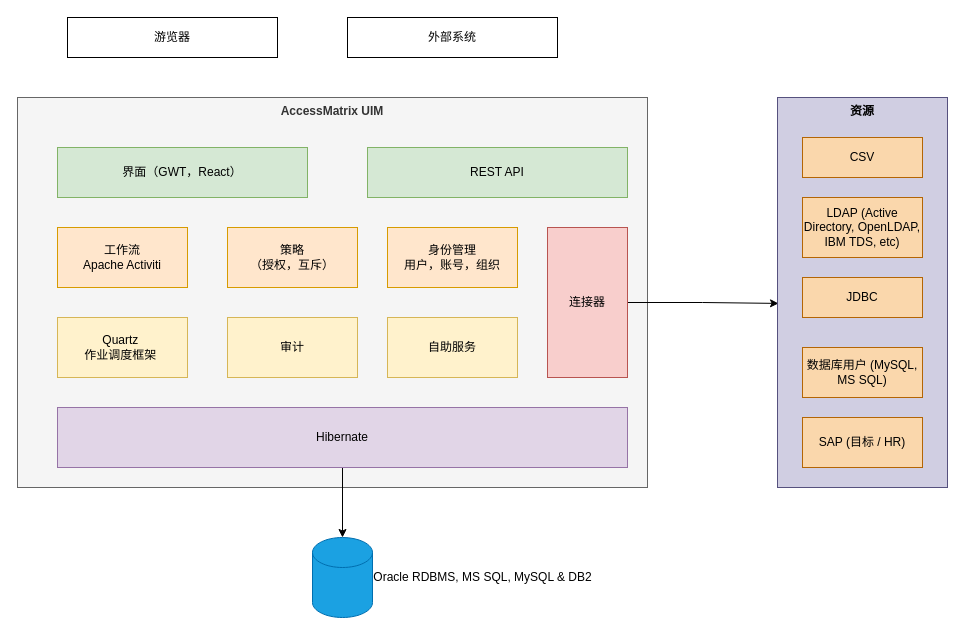
Above: page "系统架构图" (2 of 2) of UIM.drawio in juesuchen/diagrams (draw.io), before the change. Source tidied: cells renumbered, new cells numbered last; positions are measured from the earlier drawing's top-left corner, leaving out a move shared by most shapes. Both pictures are drawn from the tidied source at 100%, with x=0, y=0 at pixel (17, 17).
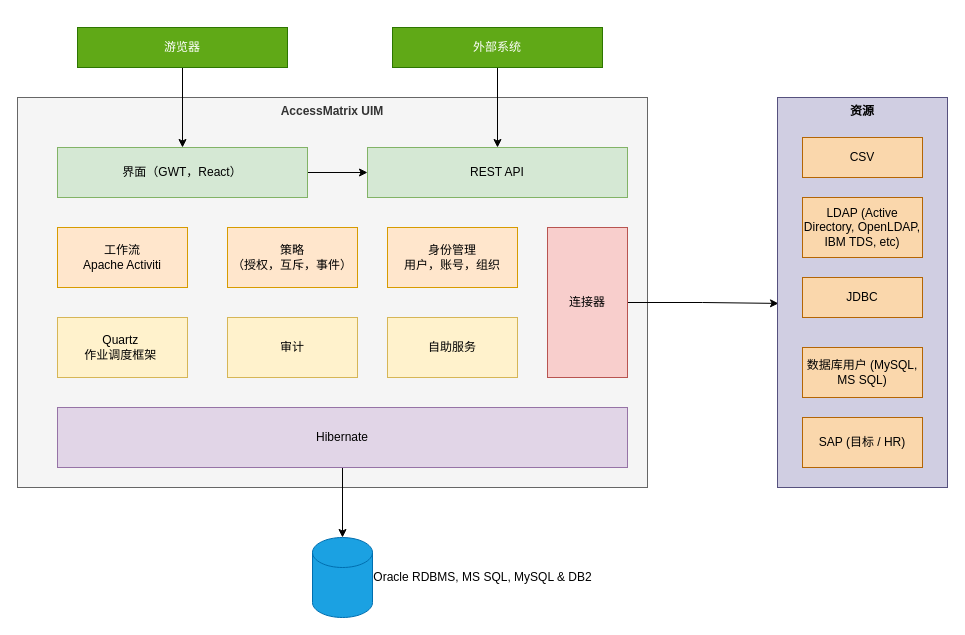
After the change.

The change refers to these unchanged cells:
```xml
<mxCell id="5" value="界面（GWT，React）" style="rounded=0;whiteSpace=wrap;html=1;fillColor=#d5e8d4;strokeColor=#82b366;" parent="1" vertex="1">
  <mxGeometry x="40" y="130" width="250" height="50" as="geometry" />
</mxCell>
<mxCell id="6" value="REST API" style="rounded=0;whiteSpace=wrap;html=1;fillColor=#d5e8d4;strokeColor=#82b366;" parent="1" vertex="1">
  <mxGeometry x="350" y="130" width="260" height="50" as="geometry" />
</mxCell>
```

The edit, as a diff of the source:
```diff
@@
+    <mxCell id="25" style="edgeStyle=orthogonalEdgeStyle;rounded=0;jettySize=auto;html=1;entryX=0.5;entryY=0;entryDx=0;entryDy=0;" parent="1" edge="1" source="3" target="5">
+      <mxGeometry relative="1" as="geometry" />
+    </mxCell>
-    <mxCell id="3" value="游览器" style="rounded=0;whiteSpace=wrap;html=1;" parent="1" vertex="1">
-      <mxGeometry x="50" width="210" height="40" as="geometry" />
+    <mxCell id="3" value="游览器" style="rounded=0;whiteSpace=wrap;html=1;fillColor=#60a917;strokeColor=#2D7600;fontColor=#ffffff;" parent="1" vertex="1">
+      <mxGeometry x="60" y="10" width="210" height="40" as="geometry" />
     </mxCell>
+    <mxCell id="26" style="edgeStyle=orthogonalEdgeStyle;rounded=0;jettySize=auto;html=1;" parent="1" edge="1" source="4" target="6">
+      <mxGeometry relative="1" as="geometry" />
+    </mxCell>
-    <mxCell id="4" value="外部系统" style="rounded=0;whiteSpace=wrap;html=1;" parent="1" vertex="1">
-      <mxGeometry x="330" width="210" height="40" as="geometry" />
+    <mxCell id="4" value="外部系统" style="rounded=0;whiteSpace=wrap;html=1;fillColor=#60a917;strokeColor=#2D7600;fontColor=#ffffff;" parent="1" vertex="1">
+      <mxGeometry x="375" y="10" width="210" height="40" as="geometry" />
     </mxCell>
+    <mxCell id="27" style="edgeStyle=orthogonalEdgeStyle;rounded=0;jettySize=auto;html=1;entryX=0;entryY=0.5;entryDx=0;entryDy=0;" parent="1" edge="1" source="5" target="6">
+      <mxGeometry relative="1" as="geometry" />
+    </mxCell>
@@
-    <mxCell id="21" value="策略&lt;br&gt;（授权，互斥）" style="rounded=0;whiteSpace=wrap;html=1;fillColor=#ffe6cc;strokeColor=#d79b00;" parent="1" vertex="1">
+    <mxCell id="21" value="策略&lt;br&gt;（授权，互斥，事件）" style="rounded=0;whiteSpace=wrap;html=1;fillColor=#ffe6cc;strokeColor=#d79b00;" parent="1" vertex="1">
       <mxGeometry x="210" y="210" width="130" height="60" as="geometry" />
     </mxCell>
```
